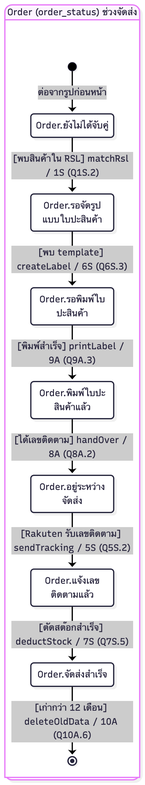
The Mermaid diagram 04-chapter2-diagrams-database/diagrams/png/state-2.png in xbpkdi/321-sa-proj, before a commit. Its source is kept beside it as 04-chapter2-diagrams-database/diagrams/src/state-2.mmd.
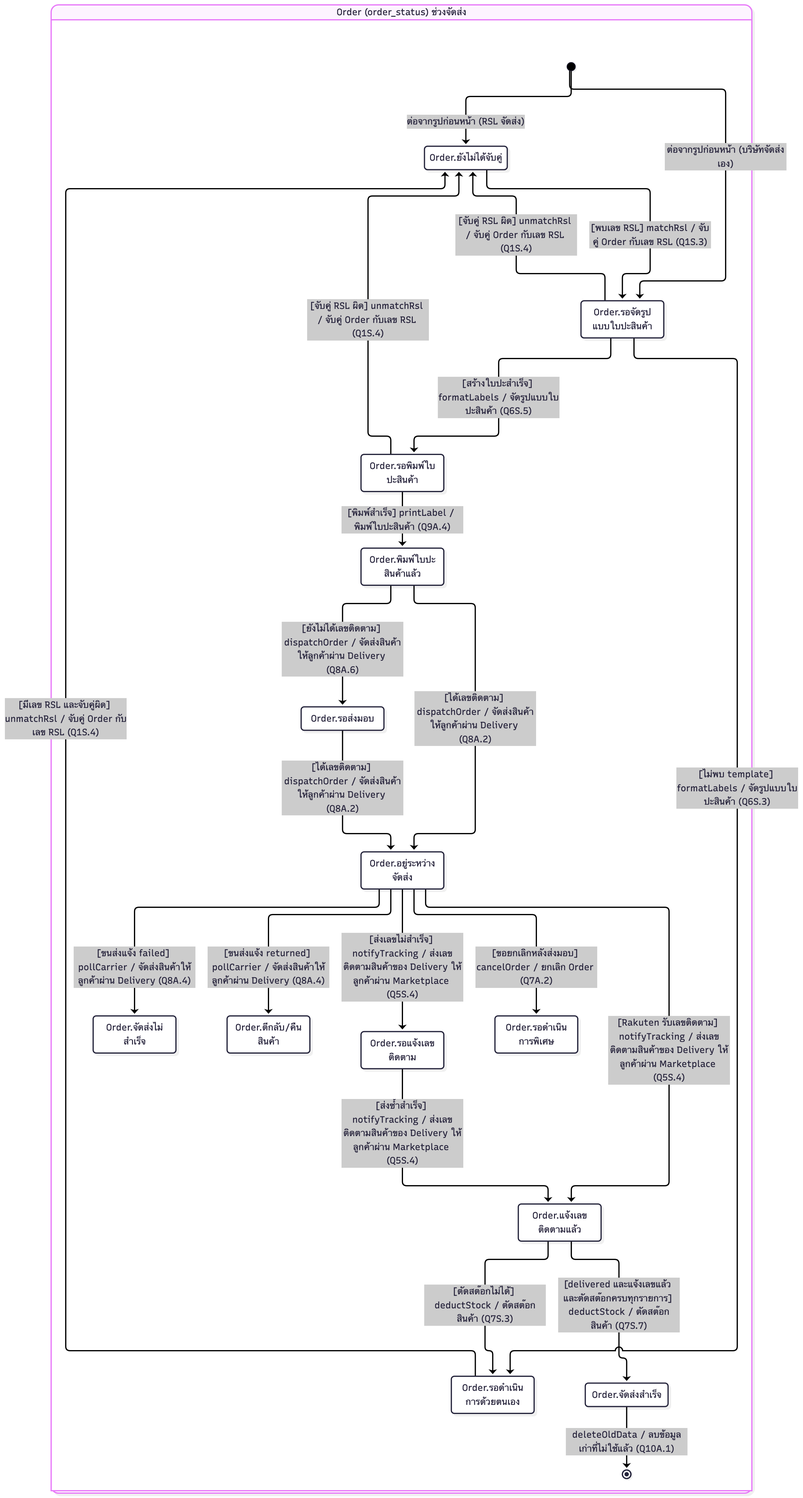
Later version of the same file.

What changed in the source:
```diff
@@ -2,19 +2,38 @@
 stateDiagram-v2
     direction TB
     state "Order (order_status) ช่วงจัดส่ง" as Order {
-        state "Order.ยังไม่ได้จับคู่" as s5
-        state "Order.รอจัดรูปแบบใบปะสินค้า" as s11
-        state "Order.รอพิมพ์ใบปะสินค้า" as s12
-        state "Order.พิมพ์ใบปะสินค้าแล้ว" as s13
-        state "Order.อยู่ระหว่างจัดส่ง" as s14
-        state "Order.แจ้งเลขติดตามแล้ว" as s15
-        state "Order.จัดส่งสำเร็จ" as s16
-        [*] --> s5 : ต่อจากรูปก่อนหน้า
-        s5 --> s11 : [พบสินค้าใน RSL] matchRsl / 1S (Q1S.2)
-        s11 --> s12 : [พบ template] createLabel / 6S (Q6S.3)
-        s12 --> s13 : [พิมพ์สำเร็จ] printLabel / 9A (Q9A.3)
-        s13 --> s14 : [ได้เลขติดตาม] handOver / 8A (Q8A.2)
-        s14 --> s15 : [Rakuten รับเลขติดตาม] sendTracking / 5S (Q5S.2)
-        s15 --> s16 : [ตัดสต๊อกสำเร็จ] deductStock / 7S (Q7S.5)
-        s16 --> [*] : [เก่ากว่า 12 เดือน] deleteOldData / 10A (Q10A.6)
+        state "Order.รอดำเนินการด้วยตนเอง" as s2
+        state "Order.ยังไม่ได้จับคู่" as s6
+        state "Order.รอจัดรูปแบบใบปะสินค้า" as s7
+        state "Order.รอพิมพ์ใบปะสินค้า" as s13
+        state "Order.พิมพ์ใบปะสินค้าแล้ว" as s14
+        state "Order.อยู่ระหว่างจัดส่ง" as s15
+        state "Order.รอส่งมอบ" as s16
+        state "Order.แจ้งเลขติดตามแล้ว" as s17
+        state "Order.รอแจ้งเลขติดตาม" as s18
+        state "Order.จัดส่งไม่สำเร็จ" as s19
+        state "Order.ตีกลับ/คืนสินค้า" as s20
+        state "Order.รอดำเนินการพิเศษ" as s21
+        state "Order.จัดส่งสำเร็จ" as s22
+        [*] --> s6 : ต่อจากรูปก่อนหน้า (RSL จัดส่ง)
+        [*] --> s7 : ต่อจากรูปก่อนหน้า (บริษัทจัดส่งเอง)
+        s6 --> s7 : [พบเลข RSL] matchRsl / จับคู่ Order กับเลข RSL (Q1S.3)
+        s7 --> s13 : [สร้างใบปะสำเร็จ] formatLabels / จัดรูปแบบใบปะสินค้า (Q6S.5)
+        s7 --> s2 : [ไม่พบ template] formatLabels / จัดรูปแบบใบปะสินค้า (Q6S.3)
+        s7 --> s6 : [จับคู่ RSL ผิด] unmatchRsl / จับคู่ Order กับเลข RSL (Q1S.4)
+        s13 --> s6 : [จับคู่ RSL ผิด] unmatchRsl / จับคู่ Order กับเลข RSL (Q1S.4)
+        s2 --> s6 : [มีเลข RSL และจับคู่ผิด] unmatchRsl / จับคู่ Order กับเลข RSL (Q1S.4)
+        s13 --> s14 : [พิมพ์สำเร็จ] printLabel / พิมพ์ใบปะสินค้า (Q9A.4)
+        s14 --> s15 : [ได้เลขติดตาม] dispatchOrder / จัดส่งสินค้าให้ลูกค้าผ่าน Delivery (Q8A.2)
+        s14 --> s16 : [ยังไม่ได้เลขติดตาม] dispatchOrder / จัดส่งสินค้าให้ลูกค้าผ่าน Delivery (Q8A.6)
+        s16 --> s15 : [ได้เลขติดตาม] dispatchOrder / จัดส่งสินค้าให้ลูกค้าผ่าน Delivery (Q8A.2)
+        s15 --> s17 : [Rakuten รับเลขติดตาม] notifyTracking / ส่งเลขติดตามสินค้าของ Delivery ให้ลูกค้าผ่าน Marketplace (Q5S.4)
+        s15 --> s18 : [ส่งเลขไม่สำเร็จ] notifyTracking / ส่งเลขติดตามสินค้าของ Delivery ให้ลูกค้าผ่าน Marketplace (Q5S.4)
+        s18 --> s17 : [ส่งซ้ำสำเร็จ] notifyTracking / ส่งเลขติดตามสินค้าของ Delivery ให้ลูกค้าผ่าน Marketplace (Q5S.4)
+        s15 --> s19 : [ขนส่งแจ้ง failed] pollCarrier / จัดส่งสินค้าให้ลูกค้าผ่าน Delivery (Q8A.4)
+        s15 --> s20 : [ขนส่งแจ้ง returned] pollCarrier / จัดส่งสินค้าให้ลูกค้าผ่าน Delivery (Q8A.4)
+        s15 --> s21 : [ขอยกเลิกหลังส่งมอบ] cancelOrder / ยกเลิก Order (Q7A.2)
+        s17 --> s2 : [ตัดสต๊อกไม่ได้] deductStock / ตัดสต๊อกสินค้า (Q7S.3)
+        s17 --> s22 : [delivered และแจ้งเลขแล้ว และตัดสต๊อกครบทุกรายการ] deductStock / ตัดสต๊อกสินค้า (Q7S.7)
+        s22 --> [*] : deleteOldData / ลบข้อมูลเก่าที่ไม่ใช้แล้ว (Q10A.1)
     }
```
